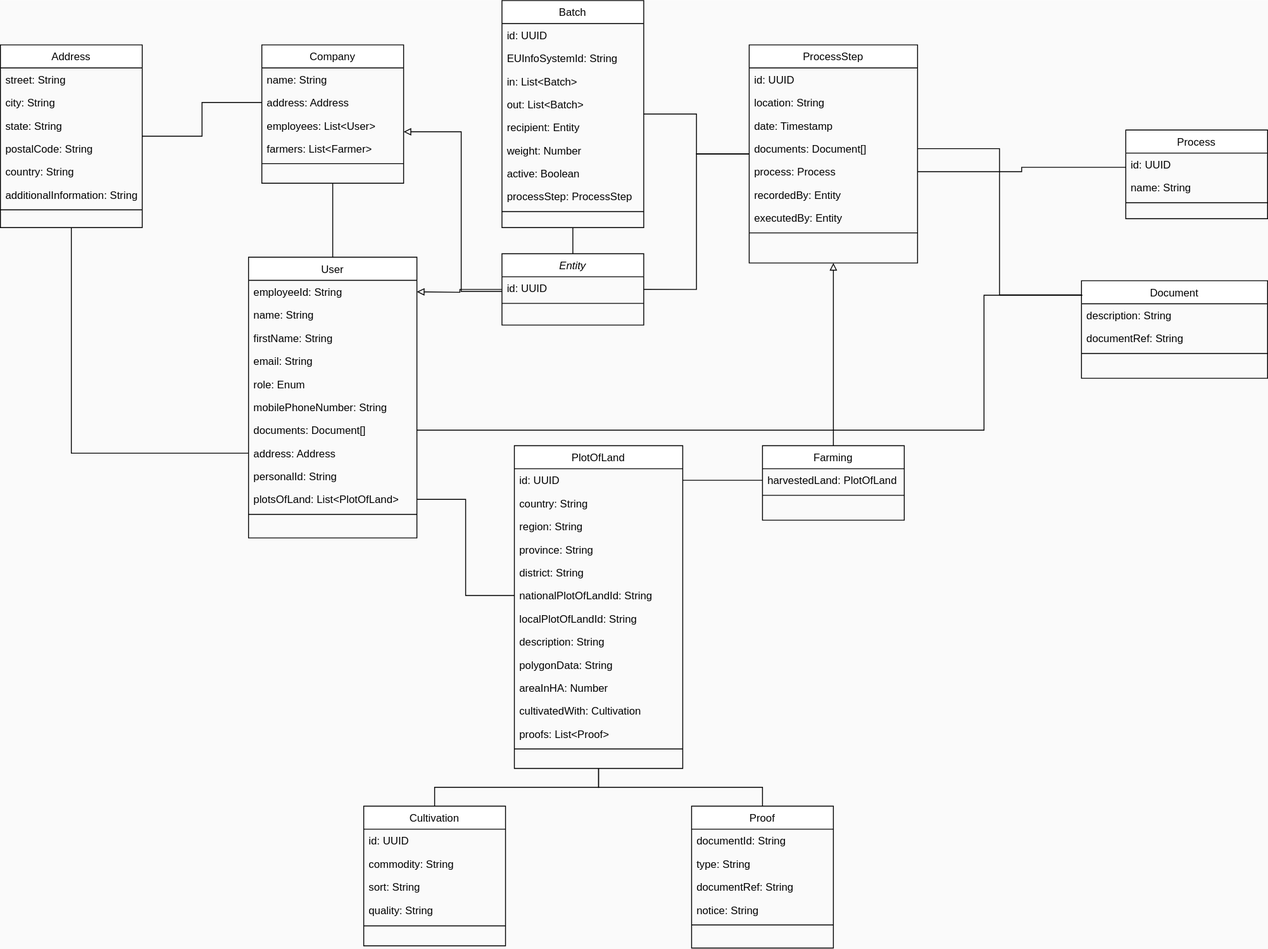
Earlier version of the draw.io export documentation/images/05_fg_entity_uml.svg (fraunhofer-iml/forestguard). Source tidied: cells renumbered, new cells last; positions are measured from the earlier drawing's top-left corner, leaving out a move shared by most shapes.
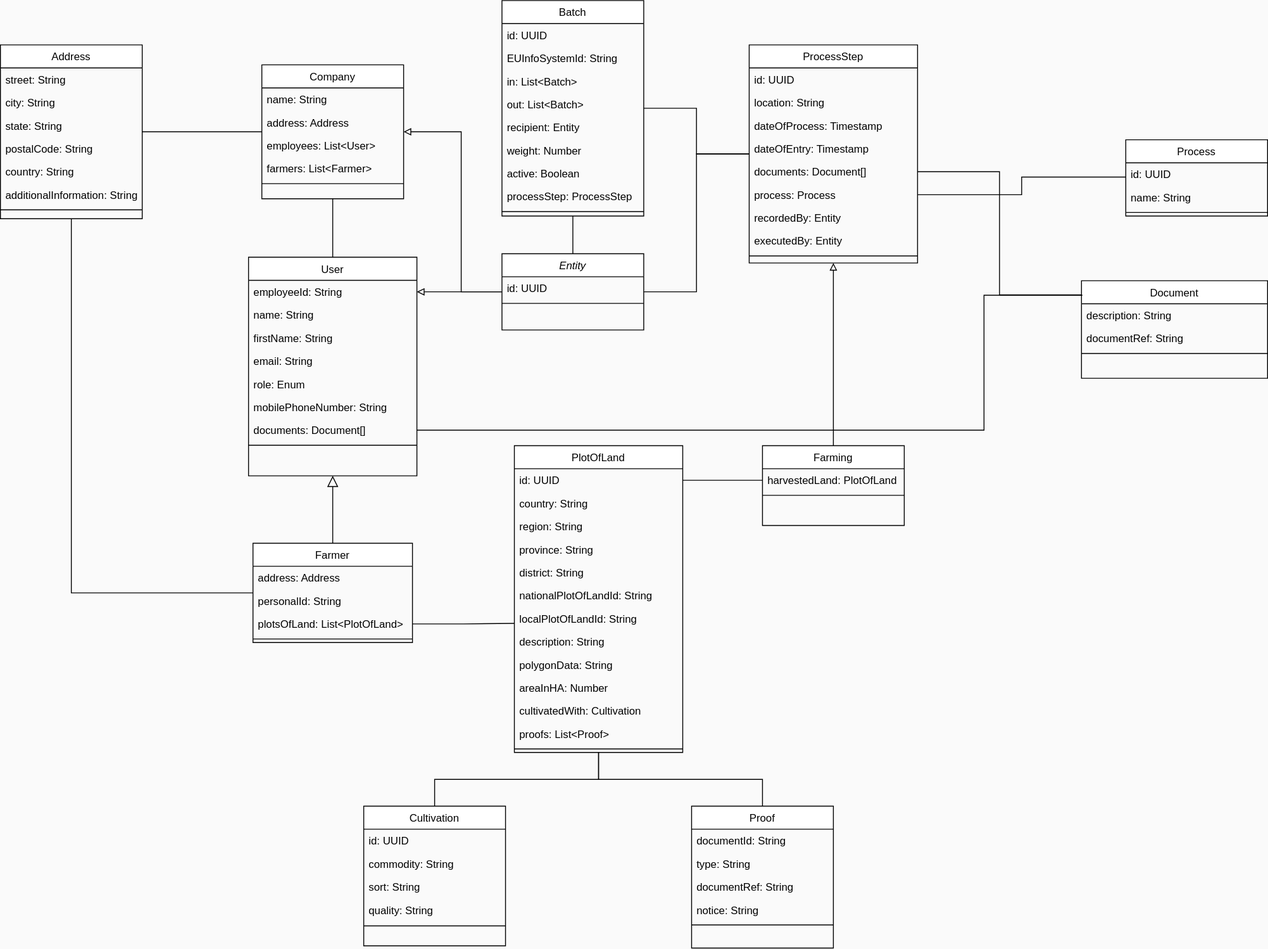
After the commit.

The edit, as a diff of the source:
```diff
@@ -2,8 +2,11 @@
   <root>
     <mxCell id="0" />
     <mxCell id="1" parent="0" />
+    <mxCell id="103" style="edgeStyle=orthogonalEdgeStyle;rounded=0;jettySize=auto;html=1;endArrow=none;endFill=0;fontStyle=0;" parent="1" edge="1" source="105" target="14">
+      <mxGeometry relative="1" as="geometry" />
+    </mxCell>
     <mxCell id="2" value="User" style="swimlane;fontStyle=0;align=center;verticalAlign=top;horizontal=1;startSize=26;rounded=0;shadow=0;strokeWidth=1;" parent="1" vertex="1">
-      <mxGeometry x="280" y="289.5" width="190" height="316.5" as="geometry" />
+      <mxGeometry x="280" y="289.5" width="190" height="246.5" as="geometry" />
     </mxCell>
     <mxCell id="3" value="employeeId: String" style="text;align=left;verticalAlign=top;spacingLeft=4;spacingRight=4;overflow=hidden;rounded=0;shadow=0;html=0;fontStyle=0;" parent="2" vertex="1">
       <mxGeometry y="26" width="190" height="26" as="geometry" />
@@ -26,20 +29,32 @@
     <mxCell id="9" value="documents: Document[]" style="text;align=left;verticalAlign=top;spacingLeft=4;spacingRight=4;overflow=hidden;points=[[0,0.5],[1,0.5]];portConstraint=eastwest;rounded=0;shadow=0;html=0;fontStyle=0;" parent="2" vertex="1">
       <mxGeometry y="182" width="190" height="26" as="geometry" />
     </mxCell>
+    <mxCell id="13" style="line;html=1;strokeWidth=1;align=left;verticalAlign=middle;spacingTop=-1;spacingLeft=3;spacingRight=3;labelPosition=right;fontStyle=0;" parent="2" vertex="1">
+      <mxGeometry y="208" width="190" height="8" as="geometry" />
+    </mxCell>
+    <mxCell id="104" style="rounded=0;jettySize=auto;html=1;entryX=-0.002;entryY=0.706;entryDx=0;entryDy=0;endArrow=none;endFill=0;entryPerimeter=0;exitX=1;exitY=0.5;exitDx=0;exitDy=0;edgeStyle=orthogonalEdgeStyle;fontStyle=0;" parent="1" edge="1" source="106" target="36">
+      <mxGeometry relative="1" as="geometry" />
+    </mxCell>
+    <mxCell id="105" value="Farmer" style="swimlane;fontStyle=0;align=center;verticalAlign=top;horizontal=1;startSize=26;rounded=0;shadow=0;strokeWidth=1;" parent="1" vertex="1">
+      <mxGeometry x="285" y="612" width="180" height="112" as="geometry" />
+    </mxCell>
-    <mxCell id="10" value="address: Address" style="text;align=left;verticalAlign=top;spacingLeft=4;spacingRight=4;overflow=hidden;points=[[0,0.5],[1,0.5]];portConstraint=eastwest;rounded=0;shadow=0;html=0;fontStyle=0;" parent="2" vertex="1">
-      <mxGeometry y="208" width="190" height="26" as="geometry" />
+    <mxCell id="10" value="address: Address" style="text;align=left;verticalAlign=top;spacingLeft=4;spacingRight=4;overflow=hidden;points=[[0,0.5],[1,0.5]];portConstraint=eastwest;rounded=0;shadow=0;html=0;fontStyle=0;" parent="105" vertex="1">
+      <mxGeometry y="26" width="180" height="26" as="geometry" />
     </mxCell>
-    <mxCell id="11" value="personalId: String" style="text;align=left;verticalAlign=top;spacingLeft=4;spacingRight=4;overflow=hidden;rounded=0;shadow=0;html=0;fontStyle=0;" parent="2" vertex="1">
-      <mxGeometry y="234" width="190" height="26" as="geometry" />
+    <mxCell id="11" value="personalId: String" style="text;align=left;verticalAlign=top;spacingLeft=4;spacingRight=4;overflow=hidden;rounded=0;shadow=0;html=0;fontStyle=0;" parent="105" vertex="1">
+      <mxGeometry y="52" width="180" height="26" as="geometry" />
     </mxCell>
-    <mxCell id="12" value="plotsOfLand: List&lt;PlotOfLand&gt;" style="text;align=left;verticalAlign=top;spacingLeft=4;spacingRight=4;overflow=hidden;points=[[0,0.5],[1,0.5]];portConstraint=eastwest;rounded=0;shadow=0;html=0;fontStyle=0;" parent="2" vertex="1">
-      <mxGeometry y="260" width="190" height="26" as="geometry" />
-    </mxCell>
-    <mxCell id="13" style="line;html=1;strokeWidth=1;align=left;verticalAlign=middle;spacingTop=-1;spacingLeft=3;spacingRight=3;labelPosition=right;fontStyle=0;" parent="2" vertex="1">
-      <mxGeometry y="286" width="190" height="8" as="geometry" />
-    </mxCell>
+    <mxCell id="106" value="plotsOfLand: List&lt;PlotOfLand&gt;" style="text;align=left;verticalAlign=top;spacingLeft=4;spacingRight=4;overflow=hidden;points=[[0,0.5],[1,0.5]];portConstraint=eastwest;fontStyle=0;" parent="105" vertex="1">
+      <mxGeometry y="78" width="180" height="26" as="geometry" />
+    </mxCell>
+    <mxCell id="107" style="line;html=1;strokeWidth=1;align=left;verticalAlign=middle;spacingTop=-1;spacingLeft=3;spacingRight=3;labelPosition=right;fontStyle=0;" parent="105" vertex="1">
+      <mxGeometry y="104" width="180" height="8" as="geometry" />
+    </mxCell>
+    <mxCell id="108" style="endArrow=block;endSize=10;endFill=0;shadow=0;strokeWidth=1;rounded=0;curved=0;edgeStyle=elbowEdgeStyle;elbow=vertical;fontStyle=0;" parent="1" edge="1" source="105" target="2">
+      <mxGeometry relative="1" as="geometry" />
+    </mxCell>
     <mxCell id="14" value="Address" style="swimlane;fontStyle=0;align=center;verticalAlign=top;horizontal=1;startSize=26;rounded=0;shadow=0;strokeWidth=1;" parent="1" vertex="1">
-      <mxGeometry y="50" width="160" height="206" as="geometry" />
+      <mxGeometry y="50" width="160" height="196" as="geometry" />
     </mxCell>
     <mxCell id="15" value="street: String" style="text;align=left;verticalAlign=top;spacingLeft=4;spacingRight=4;overflow=hidden;fontStyle=0;" parent="14" vertex="1">
       <mxGeometry y="26" width="160" height="26" as="geometry" />
@@ -66,7 +81,7 @@
       <mxGeometry relative="1" as="geometry" />
     </mxCell>
     <mxCell id="23" value="Company" style="swimlane;fontStyle=0;align=center;verticalAlign=top;horizontal=1;startSize=26;rounded=0;shadow=0;strokeWidth=1;" parent="1" vertex="1">
-      <mxGeometry x="295" y="50" width="160" height="156" as="geometry" />
+      <mxGeometry x="295" y="72.5" width="160" height="151" as="geometry" />
     </mxCell>
     <mxCell id="24" value="name: String" style="text;align=left;verticalAlign=top;spacingLeft=4;spacingRight=4;overflow=hidden;rounded=0;shadow=0;html=0;fontStyle=0;" parent="23" vertex="1">
       <mxGeometry y="26" width="160" height="26" as="geometry" />
@@ -84,7 +99,7 @@
       <mxGeometry y="130" width="160" height="8" as="geometry" />
     </mxCell>
     <mxCell id="29" value="PlotOfLand" style="swimlane;fontStyle=0;align=center;verticalAlign=top;horizontal=1;startSize=26;rounded=0;shadow=0;strokeWidth=1;" parent="1" vertex="1">
-      <mxGeometry x="580" y="502" width="190" height="364" as="geometry" />
+      <mxGeometry x="580" y="502" width="190" height="346" as="geometry" />
     </mxCell>
     <mxCell id="30" value="id: UUID" style="text;align=left;verticalAlign=top;spacingLeft=4;spacingRight=4;overflow=hidden;points=[[0,0.5],[1,0.5]];portConstraint=eastwest;rounded=0;shadow=0;html=0;fontStyle=0;" parent="29" vertex="1">
       <mxGeometry y="26" width="190" height="26" as="geometry" />
@@ -147,7 +162,7 @@
       <mxGeometry y="130" width="160" height="8" as="geometry" />
     </mxCell>
     <mxCell id="50" value="Process" style="swimlane;fontStyle=0;align=center;verticalAlign=top;horizontal=1;startSize=26;rounded=0;shadow=0;strokeWidth=1;" parent="1" vertex="1">
-      <mxGeometry x="1270" y="146" width="160" height="100" as="geometry" />
+      <mxGeometry x="1270" y="157" width="160" height="86" as="geometry" />
     </mxCell>
     <mxCell id="51" value="id: UUID" style="text;align=left;verticalAlign=top;spacingLeft=4;spacingRight=4;overflow=hidden;points=[[0,0.5],[1,0.5]];portConstraint=eastwest;fontStyle=0;" parent="50" vertex="1">
       <mxGeometry y="26" width="160" height="26" as="geometry" />
@@ -170,7 +185,7 @@
       </mxGeometry>
     </mxCell>
     <mxCell id="57" value="Batch" style="swimlane;fontStyle=0;align=center;verticalAlign=top;horizontal=1;startSize=26;rounded=0;shadow=0;strokeWidth=1;" parent="1" vertex="1">
-      <mxGeometry x="566" width="160" height="256" as="geometry" />
+      <mxGeometry x="566" width="160" height="243" as="geometry" />
     </mxCell>
     <mxCell id="58" value="id: UUID" style="text;align=left;verticalAlign=top;spacingLeft=4;spacingRight=4;overflow=hidden;fontStyle=0;" parent="57" vertex="1">
       <mxGeometry y="26" width="160" height="26" as="geometry" />
@@ -206,7 +221,7 @@
       <mxGeometry relative="1" as="geometry" />
     </mxCell>
     <mxCell id="69" value="Farming" style="swimlane;fontStyle=0;align=center;verticalAlign=top;horizontal=1;startSize=26;rounded=0;shadow=0;strokeWidth=1;" parent="1" vertex="1">
-      <mxGeometry x="860" y="502" width="160" height="84" as="geometry" />
+      <mxGeometry x="860" y="502" width="160" height="90" as="geometry" />
     </mxCell>
     <mxCell id="70" value="harvestedLand: PlotOfLand" style="text;align=left;verticalAlign=top;spacingLeft=4;spacingRight=4;overflow=hidden;points=[[0,0.5],[1,0.5]];portConstraint=eastwest;fontStyle=0;" parent="69" vertex="1">
       <mxGeometry y="26" width="160" height="26" as="geometry" />
@@ -214,6 +229,9 @@
     <mxCell id="71" style="line;html=1;strokeWidth=1;align=left;verticalAlign=middle;spacingTop=-1;spacingLeft=3;spacingRight=3;labelPosition=right;fontStyle=0;" parent="69" vertex="1">
       <mxGeometry y="52" width="160" height="8" as="geometry" />
     </mxCell>
+    <mxCell id="109" style="edgeStyle=orthogonalEdgeStyle;rounded=0;jettySize=auto;html=1;endArrow=none;endFill=0;fontStyle=0;" parent="1" edge="1" source="23" target="14">
+      <mxGeometry relative="1" as="geometry" />
+    </mxCell>
     <mxCell id="72" style="edgeStyle=orthogonalEdgeStyle;rounded=0;jettySize=auto;html=1;endArrow=none;endFill=0;entryX=0.001;entryY=0.618;entryDx=0;entryDy=0;entryPerimeter=0;exitX=1;exitY=0.5;exitDx=0;exitDy=0;fontStyle=0;" parent="1" edge="1" source="78" target="51">
       <mxGeometry relative="1" as="geometry" />
     </mxCell>
@@ -226,23 +244,26 @@
     <mxCell id="75" value="location: String" style="text;align=left;verticalAlign=top;spacingLeft=4;spacingRight=4;overflow=hidden;fontStyle=0;" parent="73" vertex="1">
       <mxGeometry y="52" width="190" height="26" as="geometry" />
     </mxCell>
-    <mxCell id="76" value="date: Timestamp" style="text;align=left;verticalAlign=top;spacingLeft=4;spacingRight=4;overflow=hidden;fontStyle=0;" parent="73" vertex="1">
+    <mxCell id="76" value="dateOfProcess: Timestamp" style="text;align=left;verticalAlign=top;spacingLeft=4;spacingRight=4;overflow=hidden;fontStyle=0;" parent="73" vertex="1">
       <mxGeometry y="78" width="190" height="26" as="geometry" />
     </mxCell>
+    <mxCell id="12" value="dateOfEntry: Timestamp" style="text;align=left;verticalAlign=top;spacingLeft=4;spacingRight=4;overflow=hidden;points=[[0,0.5],[1,0.5]];portConstraint=eastwest;fontStyle=0;" parent="73" vertex="1">
+      <mxGeometry y="104" width="190" height="26" as="geometry" />
+    </mxCell>
     <mxCell id="77" value="documents: Document[]" style="text;align=left;verticalAlign=top;spacingLeft=4;spacingRight=4;overflow=hidden;points=[[0,0.5],[1,0.5]];portConstraint=eastwest;fontStyle=0;" parent="73" vertex="1">
-      <mxGeometry y="104" width="190" height="26" as="geometry" />
+      <mxGeometry y="130" width="190" height="26" as="geometry" />
     </mxCell>
     <mxCell id="78" value="process: Process" style="text;align=left;verticalAlign=top;spacingLeft=4;spacingRight=4;overflow=hidden;points=[[0,0.5],[1,0.5]];portConstraint=eastwest;fontStyle=0;" parent="73" vertex="1">
-      <mxGeometry y="130" width="190" height="26" as="geometry" />
+      <mxGeometry y="156" width="190" height="26" as="geometry" />
     </mxCell>
     <mxCell id="79" value="recordedBy: Entity" style="text;align=left;verticalAlign=top;spacingLeft=4;spacingRight=4;overflow=hidden;fontStyle=0;" parent="73" vertex="1">
-      <mxGeometry y="156" width="190" height="26" as="geometry" />
+      <mxGeometry y="182" width="190" height="26" as="geometry" />
     </mxCell>
     <mxCell id="80" value="executedBy: Entity" style="text;align=left;verticalAlign=top;spacingLeft=4;spacingRight=4;overflow=hidden;fontStyle=0;" parent="73" vertex="1">
-      <mxGeometry y="182" width="190" height="26" as="geometry" />
+      <mxGeometry y="208" width="190" height="26" as="geometry" />
     </mxCell>
     <mxCell id="81" style="line;html=1;strokeWidth=1;align=left;verticalAlign=middle;spacingTop=-1;spacingLeft=3;spacingRight=3;labelPosition=right;fontStyle=0;" parent="73" vertex="1">
-      <mxGeometry y="208" width="190" height="8" as="geometry" />
+      <mxGeometry y="234" width="190" height="8" as="geometry" />
     </mxCell>
     <mxCell id="82" style="edgeStyle=orthogonalEdgeStyle;rounded=0;jettySize=auto;html=1;exitX=0.5;exitY=0;exitDx=0;exitDy=0;entryX=0.5;entryY=1;entryDx=0;entryDy=0;fontSize=12;startSize=8;endSize=8;endArrow=none;endFill=0;" parent="1" edge="1" source="83" target="29">
       <mxGeometry relative="1" as="geometry" />
@@ -277,7 +298,7 @@
       </mxGeometry>
     </mxCell>
     <mxCell id="91" value="Entity" style="swimlane;fontStyle=2;align=center;verticalAlign=top;horizontal=1;startSize=26;rounded=0;shadow=0;strokeWidth=1;" parent="1" vertex="1">
-      <mxGeometry x="566" y="285.5" width="160" height="80.5" as="geometry" />
+      <mxGeometry x="566" y="285.5" width="160" height="86" as="geometry" />
     </mxCell>
     <mxCell id="92" value="id: UUID" style="text;align=left;verticalAlign=top;spacingLeft=4;spacingRight=4;overflow=hidden;fontStyle=0;" parent="91" vertex="1">
       <mxGeometry y="26" width="160" height="26" as="geometry" />
@@ -308,14 +329,5 @@
         </Array>
       </mxGeometry>
     </mxCell>
-    <mxCell id="100" style="edgeStyle=orthogonalEdgeStyle;rounded=0;jettySize=auto;html=1;exitX=0;exitY=0.5;exitDx=0;exitDy=0;entryX=1;entryY=0.5;entryDx=0;entryDy=0;endArrow=none;endFill=0;" parent="1" edge="1" source="35" target="12">
-      <mxGeometry relative="1" as="geometry" />
-    </mxCell>
-    <mxCell id="101" style="edgeStyle=orthogonalEdgeStyle;rounded=0;jettySize=auto;html=1;exitX=0;exitY=0.5;exitDx=0;exitDy=0;endArrow=none;endFill=0;" parent="1" edge="1" source="25" target="14">
-      <mxGeometry relative="1" as="geometry" />
-    </mxCell>
-    <mxCell id="102" style="edgeStyle=orthogonalEdgeStyle;rounded=0;jettySize=auto;html=1;exitX=0;exitY=0.5;exitDx=0;exitDy=0;endArrow=none;endFill=0;" parent="1" edge="1" source="10" target="14">
-      <mxGeometry relative="1" as="geometry" />
-    </mxCell>
   </root>
 </mxGraphModel>
```
